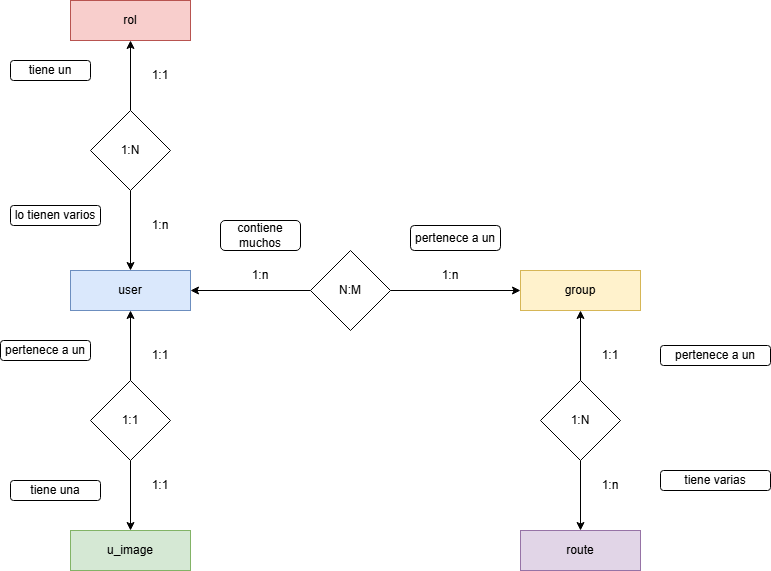
The draw.io diagram img/diagrams/routes-aed_entity-relations-diagram.drawio.png in PeterMartEsc/rutas-aed, before a commit. Source tidied: cells renumbered, new cells last; positions are measured from the earlier drawing's top-left corner, leaving out a move shared by most shapes.
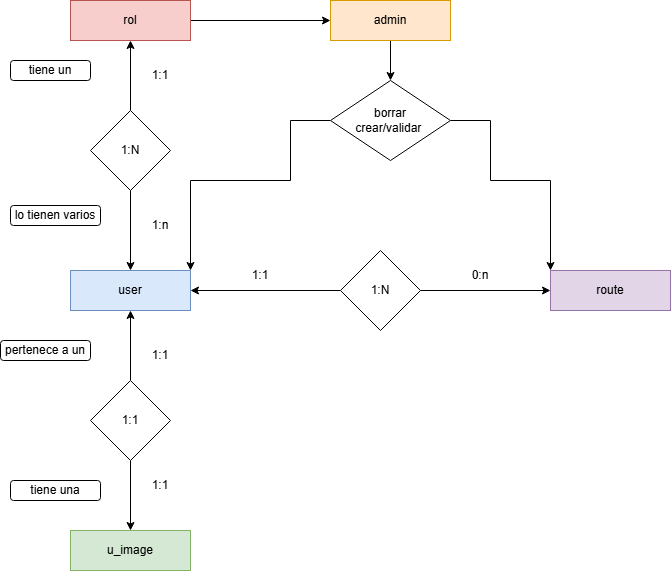
After the commit.

The edit, as a diff of the source:
```diff
@@ -2,45 +2,15 @@
   <root>
     <mxCell id="0" />
     <mxCell id="1" parent="0" />
-    <mxCell id="2" style="edgeStyle=orthogonalEdgeStyle;rounded=0;jettySize=auto;html=1;exitX=0;exitY=0.5;exitDx=0;exitDy=0;entryX=1;entryY=0.5;entryDx=0;entryDy=0;" parent="1" edge="1" source="4" target="5">
+    <mxCell id="2" style="edgeStyle=orthogonalEdgeStyle;rounded=0;jettySize=auto;html=1;exitX=0;exitY=0.5;exitDx=0;exitDy=0;entryX=1;entryY=0.5;entryDx=0;entryDy=0;" parent="1" edge="1" source="12" target="5">
       <mxGeometry relative="1" as="geometry" />
     </mxCell>
-    <mxCell id="3" style="edgeStyle=orthogonalEdgeStyle;rounded=0;jettySize=auto;html=1;exitX=1;exitY=0.5;exitDx=0;exitDy=0;entryX=0;entryY=0.5;entryDx=0;entryDy=0;" parent="1" edge="1" source="4" target="6">
-      <mxGeometry relative="1" as="geometry" />
-    </mxCell>
-    <mxCell id="4" value="N:M" style="rhombus;whiteSpace=wrap;html=1;" parent="1" vertex="1">
-      <mxGeometry x="310" y="250" width="80" height="80" as="geometry" />
-    </mxCell>
     <mxCell id="5" value="user" style="rounded=0;whiteSpace=wrap;html=1;fillColor=#dae8fc;strokeColor=#6c8ebf;" parent="1" vertex="1">
       <mxGeometry x="70" y="270" width="120" height="40" as="geometry" />
     </mxCell>
-    <mxCell id="6" value="group" style="rounded=0;whiteSpace=wrap;html=1;fillColor=#fff2cc;strokeColor=#d6b656;" parent="1" vertex="1">
-      <mxGeometry x="520" y="270" width="120" height="40" as="geometry" />
-    </mxCell>
-    <mxCell id="7" value="1:n" style="text;html=1;align=center;verticalAlign=middle;whiteSpace=wrap;rounded=0;" parent="1" vertex="1">
-      <mxGeometry x="230" y="260" width="60" height="30" as="geometry" />
-    </mxCell>
-    <mxCell id="8" value="1:n" style="text;html=1;align=center;verticalAlign=middle;whiteSpace=wrap;rounded=0;" parent="1" vertex="1">
-      <mxGeometry x="420" y="260" width="60" height="30" as="geometry" />
-    </mxCell>
     <mxCell id="9" value="route" style="rounded=0;whiteSpace=wrap;html=1;fillColor=#e1d5e7;strokeColor=#9673a6;" parent="1" vertex="1">
-      <mxGeometry x="520" y="530" width="120" height="40" as="geometry" />
+      <mxGeometry x="550" y="270" width="120" height="40" as="geometry" />
     </mxCell>
-    <mxCell id="10" style="edgeStyle=orthogonalEdgeStyle;rounded=0;jettySize=auto;html=1;exitX=0.5;exitY=0;exitDx=0;exitDy=0;entryX=0.5;entryY=1;entryDx=0;entryDy=0;" parent="1" edge="1" source="12" target="6">
-      <mxGeometry relative="1" as="geometry" />
-    </mxCell>
-    <mxCell id="11" style="edgeStyle=orthogonalEdgeStyle;rounded=0;jettySize=auto;html=1;exitX=0.5;exitY=1;exitDx=0;exitDy=0;entryX=0.5;entryY=0;entryDx=0;entryDy=0;" parent="1" edge="1" source="12" target="9">
-      <mxGeometry relative="1" as="geometry" />
-    </mxCell>
-    <mxCell id="12" value="1:N" style="rhombus;whiteSpace=wrap;html=1;" parent="1" vertex="1">
-      <mxGeometry x="540" y="380" width="80" height="80" as="geometry" />
-    </mxCell>
-    <mxCell id="13" value="1:n" style="text;html=1;align=center;verticalAlign=middle;whiteSpace=wrap;rounded=0;" parent="1" vertex="1">
-      <mxGeometry x="580" y="470" width="60" height="30" as="geometry" />
-    </mxCell>
-    <mxCell id="14" value="1:1" style="text;html=1;align=center;verticalAlign=middle;whiteSpace=wrap;rounded=0;" parent="1" vertex="1">
-      <mxGeometry x="580" y="340" width="60" height="30" as="geometry" />
-    </mxCell>
     <mxCell id="15" value="u&lt;span style=&quot;background-color: initial;&quot;&gt;_image&lt;/span&gt;" style="rounded=0;whiteSpace=wrap;html=1;fillColor=#d5e8d4;strokeColor=#82b366;" parent="1" vertex="1">
       <mxGeometry x="70" y="530" width="120" height="40" as="geometry" />
     </mxCell>
@@ -59,6 +29,9 @@
     <mxCell id="20" value="1:1" style="text;html=1;align=center;verticalAlign=middle;whiteSpace=wrap;rounded=0;" parent="1" vertex="1">
       <mxGeometry x="130" y="470" width="60" height="30" as="geometry" />
     </mxCell>
+    <mxCell id="35" style="edgeStyle=orthogonalEdgeStyle;rounded=0;jettySize=auto;html=1;exitX=1;exitY=0.5;exitDx=0;exitDy=0;entryX=0;entryY=0.5;entryDx=0;entryDy=0;" parent="1" edge="1" source="21" target="38">
+      <mxGeometry relative="1" as="geometry" />
+    </mxCell>
     <mxCell id="21" value="rol" style="rounded=0;whiteSpace=wrap;html=1;fillColor=#f8cecc;strokeColor=#b85450;" parent="1" vertex="1">
       <mxGeometry x="70" width="120" height="40" as="geometry" />
     </mxCell>
@@ -77,12 +50,6 @@
     <mxCell id="26" value="1:n" style="text;html=1;align=center;verticalAlign=middle;whiteSpace=wrap;rounded=0;" parent="1" vertex="1">
       <mxGeometry x="130" y="210" width="60" height="30" as="geometry" />
     </mxCell>
-    <mxCell id="27" value="pertenece a un" style="rounded=1;whiteSpace=wrap;html=1;" parent="1" vertex="1">
-      <mxGeometry x="410" y="225" width="90" height="25" as="geometry" />
-    </mxCell>
-    <mxCell id="28" value="contiene muchos" style="rounded=1;whiteSpace=wrap;html=1;" parent="1" vertex="1">
-      <mxGeometry x="220" y="220" width="80" height="30" as="geometry" />
-    </mxCell>
     <mxCell id="29" value="tiene un" style="rounded=1;whiteSpace=wrap;html=1;" parent="1" vertex="1">
       <mxGeometry x="10" y="60" width="80" height="20" as="geometry" />
     </mxCell>
@@ -95,11 +62,43 @@
     <mxCell id="32" value="pertenece a un" style="rounded=1;whiteSpace=wrap;html=1;" parent="1" vertex="1">
       <mxGeometry y="340" width="90" height="20" as="geometry" />
     </mxCell>
-    <mxCell id="33" value="pertenece a un" style="rounded=1;whiteSpace=wrap;html=1;" parent="1" vertex="1">
-      <mxGeometry x="660" y="345" width="110" height="20" as="geometry" />
-    </mxCell>
-    <mxCell id="34" value="tiene varias" style="rounded=1;whiteSpace=wrap;html=1;" parent="1" vertex="1">
-      <mxGeometry x="660" y="470" width="110" height="20" as="geometry" />
-    </mxCell>
+    <mxCell id="11" style="edgeStyle=orthogonalEdgeStyle;rounded=0;jettySize=auto;html=1;entryX=0;entryY=0.5;entryDx=0;entryDy=0;exitX=1;exitY=0.5;exitDx=0;exitDy=0;" parent="1" edge="1" source="12" target="9">
+      <mxGeometry relative="1" as="geometry" />
+    </mxCell>
+    <mxCell id="12" value="1:N" style="rhombus;whiteSpace=wrap;html=1;" parent="1" vertex="1">
+      <mxGeometry x="340" y="250" width="80" height="80" as="geometry" />
+    </mxCell>
+    <mxCell id="36" value="0:n" style="text;html=1;align=center;verticalAlign=middle;whiteSpace=wrap;rounded=0;" parent="1" vertex="1">
+      <mxGeometry x="450" y="260" width="60" height="30" as="geometry" />
+    </mxCell>
+    <mxCell id="14" value="1:1" style="text;html=1;align=center;verticalAlign=middle;whiteSpace=wrap;rounded=0;" parent="1" vertex="1">
+      <mxGeometry x="230" y="260" width="60" height="30" as="geometry" />
+    </mxCell>
+    <mxCell id="37" style="edgeStyle=orthogonalEdgeStyle;rounded=0;jettySize=auto;html=1;exitX=0.5;exitY=1;exitDx=0;exitDy=0;entryX=0.5;entryY=0;entryDx=0;entryDy=0;" parent="1" edge="1" source="38" target="41">
+      <mxGeometry relative="1" as="geometry" />
+    </mxCell>
+    <mxCell id="38" value="admin" style="rounded=0;whiteSpace=wrap;html=1;fillColor=#ffe6cc;strokeColor=#d79b00;" parent="1" vertex="1">
+      <mxGeometry x="330" width="120" height="40" as="geometry" />
+    </mxCell>
+    <mxCell id="39" style="edgeStyle=orthogonalEdgeStyle;rounded=0;jettySize=auto;html=1;exitX=0;exitY=0.5;exitDx=0;exitDy=0;entryX=1;entryY=0;entryDx=0;entryDy=0;" parent="1" edge="1" source="41" target="5">
+      <mxGeometry relative="1" as="geometry">
+        <Array as="points">
+          <mxPoint x="290" y="120" />
+          <mxPoint x="290" y="180" />
+          <mxPoint x="190" y="180" />
+        </Array>
+      </mxGeometry>
+    </mxCell>
+    <mxCell id="40" style="edgeStyle=orthogonalEdgeStyle;rounded=0;jettySize=auto;html=1;exitX=1;exitY=0.5;exitDx=0;exitDy=0;entryX=0;entryY=0;entryDx=0;entryDy=0;" parent="1" edge="1" source="41" target="9">
+      <mxGeometry relative="1" as="geometry">
+        <Array as="points">
+          <mxPoint x="490" y="180" />
+          <mxPoint x="550" y="180" />
+        </Array>
+      </mxGeometry>
+    </mxCell>
+    <mxCell id="41" value="&lt;div&gt;borrar&lt;/div&gt;crear/validar&amp;nbsp;" style="rhombus;whiteSpace=wrap;html=1;" parent="1" vertex="1">
+      <mxGeometry x="330" y="80" width="120" height="80" as="geometry" />
+    </mxCell>
   </root>
 </mxGraphModel>
```
